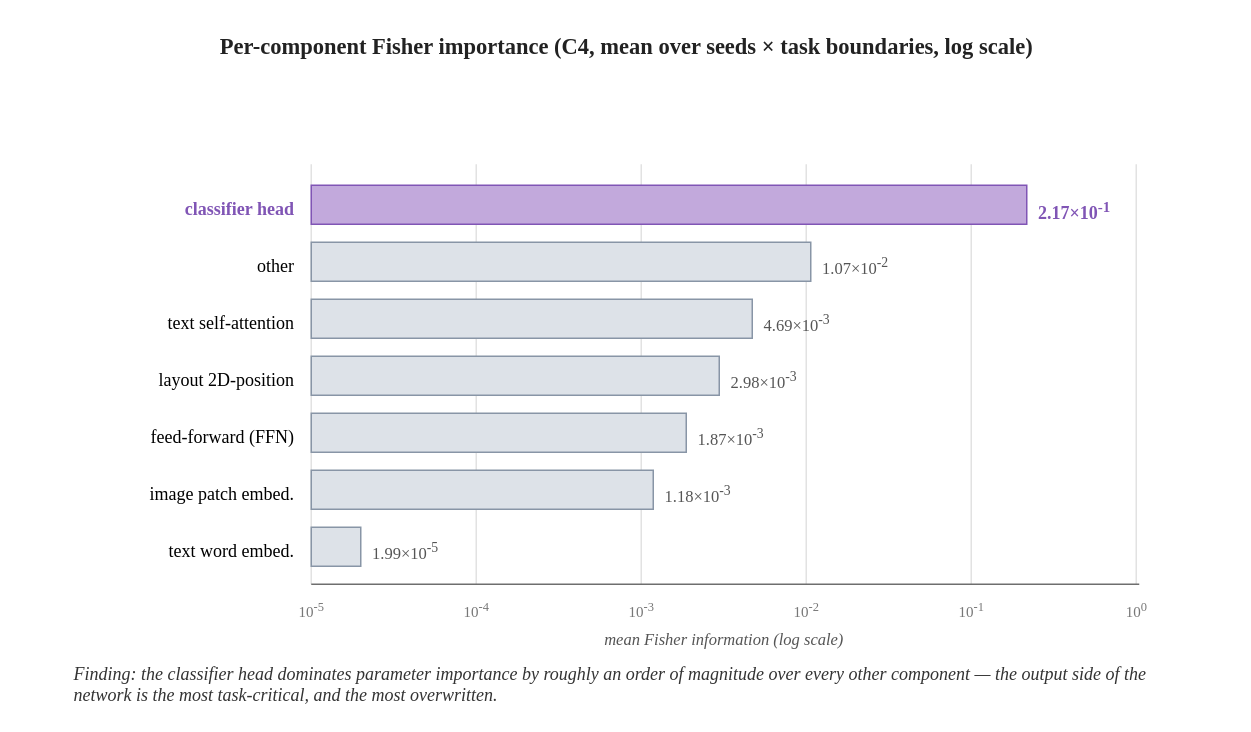
This is thesis/figures_src/drawio/diag_fisher_bars.drawio from hoangthanh283/CLUE, a draw.io file, before an edit. Source tidied: cells renumbered, new cells numbered last; positions are measured from the earlier drawing's top-left corner, leaving out a move shared by most shapes. Both pictures are drawn from the tidied source at 150%, with x=0, y=0 at pixel (26, 26).
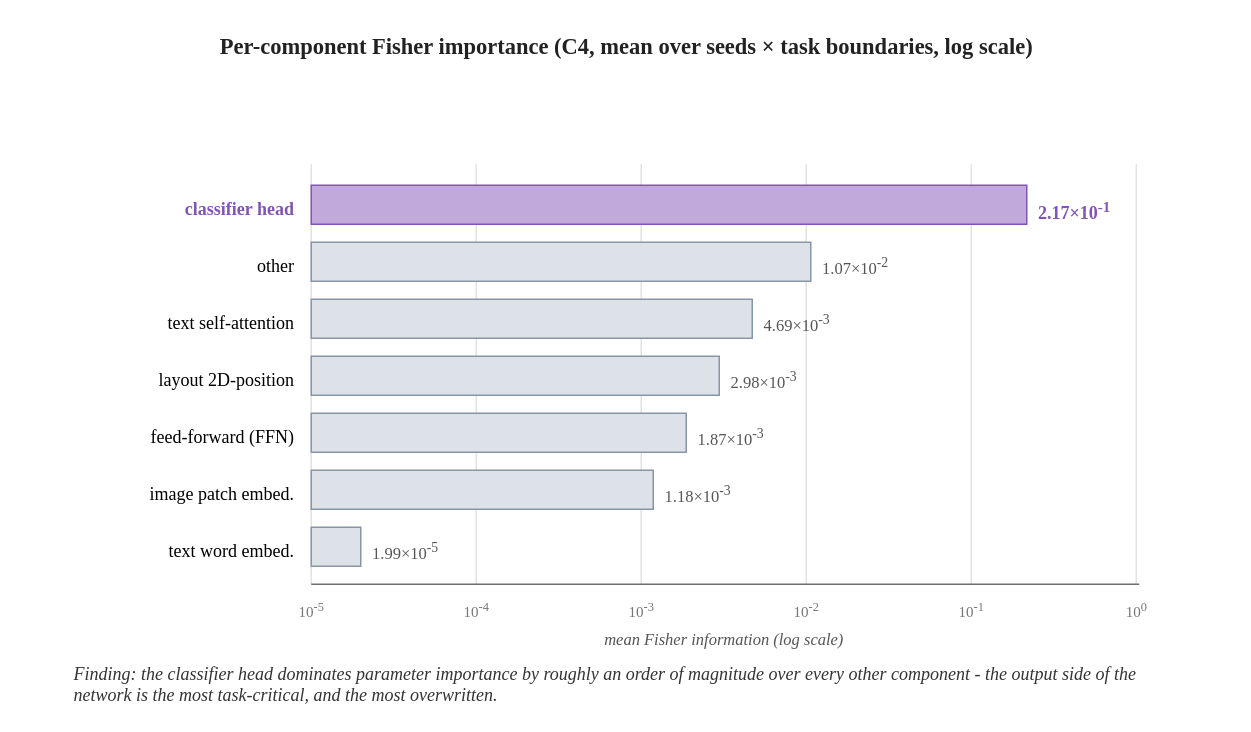
The same page after the edit.

The edit, as a diff of the source:
```diff
@@
-    <mxCell id="38" value="Finding: the classifier head dominates parameter importance by roughly an order of magnitude over every other component — the output side of the network is the most task-critical, and the most overwritten." style="text;html=1;align=left;fontFamily=Times New Roman;fontSize=12;fontStyle=2;fontColor=#333333;whiteSpace=wrap;" parent="1" vertex="1">
+    <mxCell id="38" value="Finding: the classifier head dominates parameter importance by roughly an order of magnitude over every other component - the output side of the network is the most task-critical, and the most overwritten." style="text;html=1;align=left;fontFamily=Times New Roman;fontSize=12;fontStyle=2;fontColor=#333333;whiteSpace=wrap;" parent="1" vertex="1">
       <mxGeometry x="30" y="418" width="740" height="34" as="geometry" />
     </mxCell>
```
